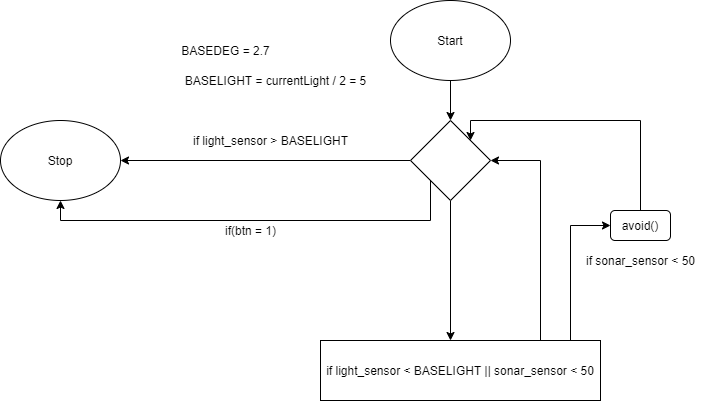
The draw.io diagram verkefni3/verkefni3.png in Davygod/ROBO2RG05AU-1, before a commit. Source tidied: cells renumbered, new cells last; positions are measured from the earlier drawing's top-left corner, leaving out a move shared by most shapes. Its diagram source:
```xml
<mxGraphModel>
  <root>
    <mxCell id="0" />
    <mxCell id="1" parent="0" />
    <mxCell id="2" style="edgeStyle=orthogonalEdgeStyle;rounded=0;jettySize=auto;html=1;" parent="1" edge="1" source="3" target="7">
      <mxGeometry relative="1" as="geometry" />
    </mxCell>
    <mxCell id="3" value="Start" style="ellipse;whiteSpace=wrap;html=1;" parent="1" vertex="1">
      <mxGeometry x="390" width="120" height="80" as="geometry" />
    </mxCell>
    <mxCell id="4" style="edgeStyle=orthogonalEdgeStyle;rounded=0;jettySize=auto;html=1;startArrow=none;exitX=0;exitY=0.5;exitDx=0;exitDy=0;entryX=1;entryY=0.5;entryDx=0;entryDy=0;" parent="1" edge="1" source="7" target="9">
      <mxGeometry relative="1" as="geometry" />
    </mxCell>
    <mxCell id="5" style="edgeStyle=orthogonalEdgeStyle;rounded=0;jettySize=auto;html=1;" parent="1" edge="1" source="7">
      <mxGeometry relative="1" as="geometry">
        <mxPoint x="450" y="340" as="targetPoint" />
      </mxGeometry>
    </mxCell>
    <mxCell id="6" style="edgeStyle=orthogonalEdgeStyle;rounded=0;jettySize=auto;html=1;exitX=0;exitY=1;exitDx=0;exitDy=0;entryX=0.5;entryY=1;entryDx=0;entryDy=0;" parent="1" edge="1" source="7" target="9">
      <mxGeometry relative="1" as="geometry">
        <Array as="points">
          <mxPoint x="430" y="220" />
          <mxPoint x="60" y="220" />
        </Array>
      </mxGeometry>
    </mxCell>
    <mxCell id="7" style="rhombus;whiteSpace=wrap;html=1;" parent="1" vertex="1">
      <mxGeometry x="410" y="120" width="80" height="80" as="geometry" />
    </mxCell>
    <mxCell id="8" style="edgeStyle=orthogonalEdgeStyle;rounded=0;jettySize=auto;html=1;entryX=1;entryY=0.5;entryDx=0;entryDy=0;exitX=1;exitY=0.5;exitDx=0;exitDy=0;" parent="1" edge="1" target="7">
      <mxGeometry relative="1" as="geometry">
        <mxPoint x="595" y="370" as="sourcePoint" />
        <Array as="points">
          <mxPoint x="540" y="370" />
          <mxPoint x="540" y="160" />
        </Array>
      </mxGeometry>
    </mxCell>
    <mxCell id="9" value="Stop" style="ellipse;whiteSpace=wrap;html=1;" parent="1" vertex="1">
      <mxGeometry y="120" width="120" height="80" as="geometry" />
    </mxCell>
    <mxCell id="10" value="BASELIGHT = currentLight / 2 = 5" style="text;html=1;align=center;verticalAlign=middle;strokeColor=none;" parent="1" vertex="1">
      <mxGeometry x="175" y="70" width="200" height="20" as="geometry" />
    </mxCell>
    <mxCell id="11" value="if(btn = 1)" style="text;html=1;align=center;verticalAlign=middle;strokeColor=none;fillColor=none;" parent="1" vertex="1">
      <mxGeometry x="215" y="220" width="70" height="20" as="geometry" />
    </mxCell>
    <mxCell id="12" value="if light_sensor &amp;gt; BASELIGHT" style="text;html=1;align=center;verticalAlign=middle;strokeColor=none;fillColor=none;" parent="1" vertex="1">
      <mxGeometry x="185" y="130" width="170" height="20" as="geometry" />
    </mxCell>
    <mxCell id="13" style="edgeStyle=orthogonalEdgeStyle;rounded=0;jettySize=auto;html=1;entryX=0;entryY=0.5;entryDx=0;entryDy=0;" parent="1" edge="1" source="14" target="17">
      <mxGeometry relative="1" as="geometry">
        <Array as="points">
          <mxPoint x="570" y="225" />
        </Array>
      </mxGeometry>
    </mxCell>
    <mxCell id="14" value="if light_sensor &amp;lt; BASELIGHT || sonar_sensor &amp;lt; 50" style="whiteSpace=wrap;html=1;" parent="1" vertex="1">
      <mxGeometry x="320" y="340" width="280" height="60" as="geometry" />
    </mxCell>
    <mxCell id="15" value="if sonar_sensor &amp;lt; 50" style="text;html=1;align=center;verticalAlign=middle;strokeColor=none;fillColor=none;" parent="1" vertex="1">
      <mxGeometry x="580" y="250" width="120" height="20" as="geometry" />
    </mxCell>
    <mxCell id="16" style="edgeStyle=orthogonalEdgeStyle;rounded=0;jettySize=auto;html=1;entryX=1;entryY=0;entryDx=0;entryDy=0;" parent="1" edge="1" source="17" target="7">
      <mxGeometry relative="1" as="geometry">
        <Array as="points">
          <mxPoint x="640" y="120" />
          <mxPoint x="470" y="120" />
        </Array>
      </mxGeometry>
    </mxCell>
    <mxCell id="17" value="avoid()" style="rounded=1;whiteSpace=wrap;html=1;" parent="1" vertex="1">
      <mxGeometry x="610" y="210" width="60" height="30" as="geometry" />
    </mxCell>
    <mxCell id="18" value="BASEDEG = 2.7" style="text;html=1;align=center;verticalAlign=middle;strokeColor=none;fillColor=none;" parent="1" vertex="1">
      <mxGeometry x="175" y="40" width="100" height="20" as="geometry" />
    </mxCell>
  </root>
</mxGraphModel>
```
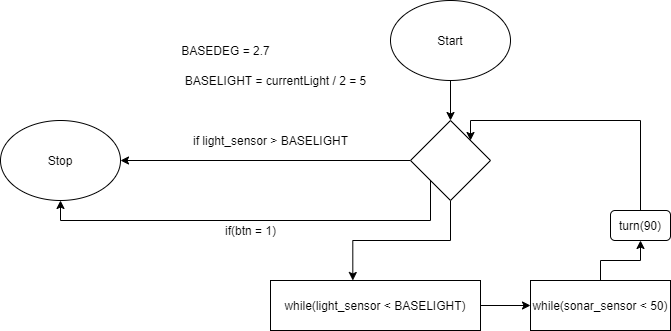
After the change.

Diff of the diagram source:
```diff
@@ -11,10 +11,8 @@
     <mxCell id="4" style="edgeStyle=orthogonalEdgeStyle;rounded=0;jettySize=auto;html=1;startArrow=none;exitX=0;exitY=0.5;exitDx=0;exitDy=0;entryX=1;entryY=0.5;entryDx=0;entryDy=0;" parent="1" edge="1" source="7" target="9">
       <mxGeometry relative="1" as="geometry" />
     </mxCell>
-    <mxCell id="5" style="edgeStyle=orthogonalEdgeStyle;rounded=0;jettySize=auto;html=1;" parent="1" edge="1" source="7">
-      <mxGeometry relative="1" as="geometry">
-        <mxPoint x="450" y="340" as="targetPoint" />
-      </mxGeometry>
+    <mxCell id="5" style="edgeStyle=orthogonalEdgeStyle;rounded=0;jettySize=auto;html=1;entryX=0.392;entryY=0;entryDx=0;entryDy=0;entryPerimeter=0;" parent="1" edge="1" source="7" target="14">
+      <mxGeometry relative="1" as="geometry" />
     </mxCell>
     <mxCell id="6" style="edgeStyle=orthogonalEdgeStyle;rounded=0;jettySize=auto;html=1;exitX=0;exitY=1;exitDx=0;exitDy=0;entryX=0.5;entryY=1;entryDx=0;entryDy=0;" parent="1" edge="1" source="7" target="9">
       <mxGeometry relative="1" as="geometry">
@@ -27,15 +25,6 @@
     <mxCell id="7" style="rhombus;whiteSpace=wrap;html=1;" parent="1" vertex="1">
       <mxGeometry x="410" y="120" width="80" height="80" as="geometry" />
     </mxCell>
-    <mxCell id="8" style="edgeStyle=orthogonalEdgeStyle;rounded=0;jettySize=auto;html=1;entryX=1;entryY=0.5;entryDx=0;entryDy=0;exitX=1;exitY=0.5;exitDx=0;exitDy=0;" parent="1" edge="1" target="7">
-      <mxGeometry relative="1" as="geometry">
-        <mxPoint x="595" y="370" as="sourcePoint" />
-        <Array as="points">
-          <mxPoint x="540" y="370" />
-          <mxPoint x="540" y="160" />
-        </Array>
-      </mxGeometry>
-    </mxCell>
     <mxCell id="9" value="Stop" style="ellipse;whiteSpace=wrap;html=1;" parent="1" vertex="1">
       <mxGeometry y="120" width="120" height="80" as="geometry" />
     </mxCell>
@@ -48,19 +37,12 @@
     <mxCell id="12" value="if light_sensor &amp;gt; BASELIGHT" style="text;html=1;align=center;verticalAlign=middle;strokeColor=none;fillColor=none;" parent="1" vertex="1">
       <mxGeometry x="185" y="130" width="170" height="20" as="geometry" />
     </mxCell>
-    <mxCell id="13" style="edgeStyle=orthogonalEdgeStyle;rounded=0;jettySize=auto;html=1;entryX=0;entryY=0.5;entryDx=0;entryDy=0;" parent="1" edge="1" source="14" target="17">
-      <mxGeometry relative="1" as="geometry">
-        <Array as="points">
-          <mxPoint x="570" y="225" />
-        </Array>
-      </mxGeometry>
-    </mxCell>
+    <mxCell id="19" style="edgeStyle=orthogonalEdgeStyle;rounded=0;jettySize=auto;html=1;" parent="1" edge="1" source="14" target="21">
+      <mxGeometry relative="1" as="geometry" />
+    </mxCell>
-    <mxCell id="14" value="if light_sensor &amp;lt; BASELIGHT || sonar_sensor &amp;lt; 50" style="whiteSpace=wrap;html=1;" parent="1" vertex="1">
-      <mxGeometry x="320" y="340" width="280" height="60" as="geometry" />
+    <mxCell id="14" value="while(light_sensor &amp;lt; BASELIGHT)" style="whiteSpace=wrap;html=1;" parent="1" vertex="1">
+      <mxGeometry x="270" y="280" width="210" height="50" as="geometry" />
     </mxCell>
-    <mxCell id="15" value="if sonar_sensor &amp;lt; 50" style="text;html=1;align=center;verticalAlign=middle;strokeColor=none;fillColor=none;" parent="1" vertex="1">
-      <mxGeometry x="580" y="250" width="120" height="20" as="geometry" />
-    </mxCell>
     <mxCell id="16" style="edgeStyle=orthogonalEdgeStyle;rounded=0;jettySize=auto;html=1;entryX=1;entryY=0;entryDx=0;entryDy=0;" parent="1" edge="1" source="17" target="7">
       <mxGeometry relative="1" as="geometry">
         <Array as="points">
@@ -69,11 +51,17 @@
         </Array>
       </mxGeometry>
     </mxCell>
-    <mxCell id="17" value="avoid()" style="rounded=1;whiteSpace=wrap;html=1;" parent="1" vertex="1">
+    <mxCell id="17" value="turn(90)" style="rounded=1;whiteSpace=wrap;html=1;" parent="1" vertex="1">
       <mxGeometry x="610" y="210" width="60" height="30" as="geometry" />
     </mxCell>
     <mxCell id="18" value="BASEDEG = 2.7" style="text;html=1;align=center;verticalAlign=middle;strokeColor=none;fillColor=none;" parent="1" vertex="1">
       <mxGeometry x="175" y="40" width="100" height="20" as="geometry" />
     </mxCell>
+    <mxCell id="20" style="edgeStyle=orthogonalEdgeStyle;rounded=0;jettySize=auto;html=1;entryX=0.5;entryY=1;entryDx=0;entryDy=0;" parent="1" edge="1" source="21" target="17">
+      <mxGeometry relative="1" as="geometry" />
+    </mxCell>
+    <mxCell id="21" value="while(sonar_sensor &amp;lt; 50)" style="whiteSpace=wrap;html=1;" parent="1" vertex="1">
+      <mxGeometry x="530" y="280" width="140" height="50" as="geometry" />
+    </mxCell>
   </root>
 </mxGraphModel>
```
